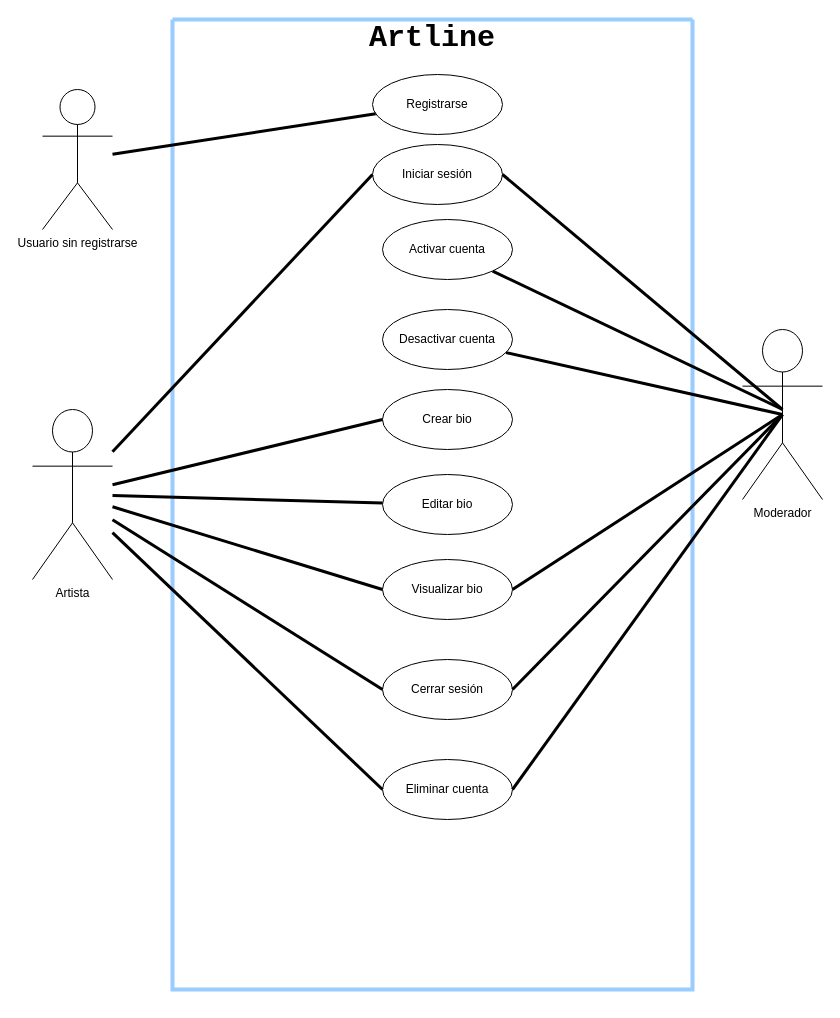
This is Casos_de_Uso.drawio from luismtapia/Artline-API, a draw.io file, before an edit. Source tidied: cells renumbered, new cells numbered last; positions are measured from the earlier drawing's top-left corner, leaving out a move shared by most shapes. Both pictures are drawn from the tidied source at 100%, with x=0, y=0 at pixel (32, 19).
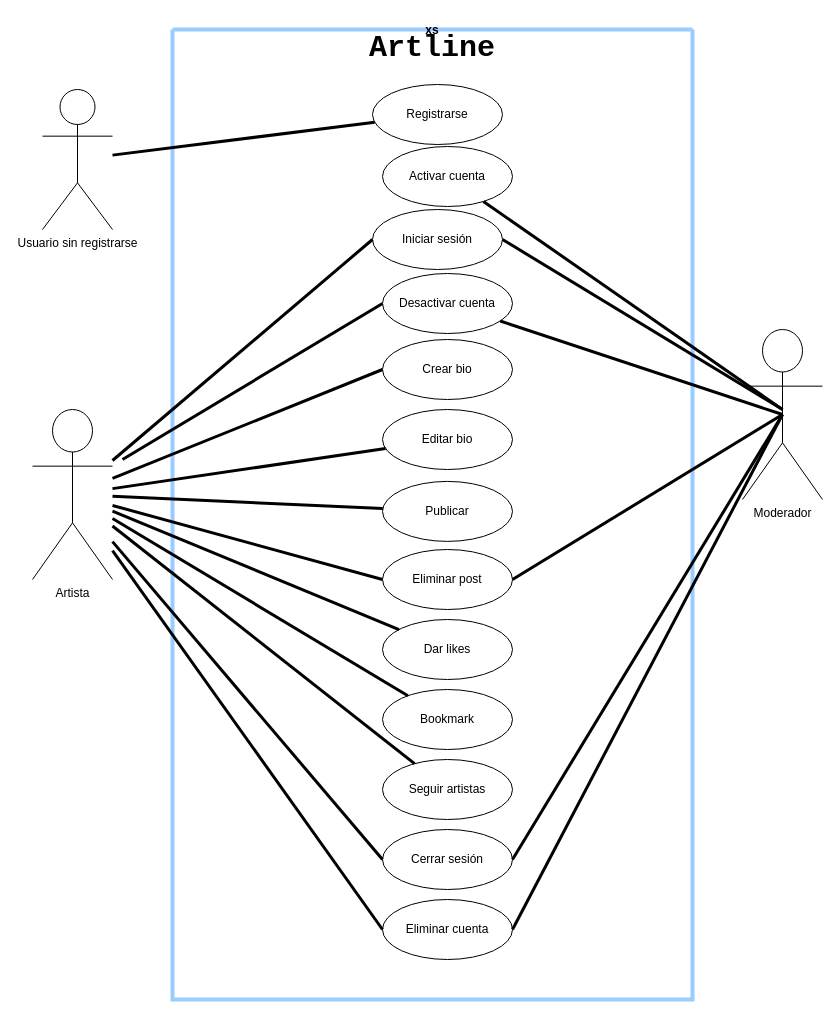
The same diagram, later.

The change refers to these unchanged cells:
```xml
<mxCell id="2" value="Artista" style="shape=umlActor;verticalLabelPosition=bottom;verticalAlign=top;html=1;outlineConnect=0;" parent="1" vertex="1">
  <mxGeometry y="390" width="80" height="170" as="geometry" />
</mxCell>
```

Diff of the diagram source:
```diff
@@
-    <mxCell id="3" style="swimlane;startSize=0;strokeWidth=4;fillColor=#99FFFF;strokeColor=#99CCFF;" parent="1" vertex="1">
-      <mxGeometry x="140" width="520" height="970" as="geometry" />
+    <mxCell id="3" value="xs" style="swimlane;startSize=0;strokeWidth=4;fillColor=#99FFFF;strokeColor=#99CCFF;" parent="1" vertex="1">
+      <mxGeometry x="140" y="10" width="520" height="970" as="geometry" />
     </mxCell>
@@
     <mxCell id="5" value="Iniciar sesión" style="ellipse;whiteSpace=wrap;html=1;" parent="3" vertex="1">
-      <mxGeometry x="200" y="125" width="130" height="60" as="geometry" />
+      <mxGeometry x="200" y="180" width="130" height="60" as="geometry" />
     </mxCell>
     <mxCell id="6" value="Editar bio" style="ellipse;whiteSpace=wrap;html=1;" parent="3" vertex="1">
-      <mxGeometry x="210" y="455" width="130" height="60" as="geometry" />
+      <mxGeometry x="210" y="380" width="130" height="60" as="geometry" />
     </mxCell>
     <mxCell id="7" value="Cerrar sesión" style="ellipse;whiteSpace=wrap;html=1;" parent="3" vertex="1">
-      <mxGeometry x="210" y="640" width="130" height="60" as="geometry" />
+      <mxGeometry x="210" y="800" width="130" height="60" as="geometry" />
     </mxCell>
-    <mxCell id="8" value="Eliminar cuenta" style="ellipse;whiteSpace=wrap;html=1;" parent="3" vertex="1">
-      <mxGeometry x="210" y="740" width="130" height="60" as="geometry" />
-    </mxCell>
-    <mxCell id="9" value="Visualizar bio" style="ellipse;whiteSpace=wrap;html=1;" parent="3" vertex="1">
-      <mxGeometry x="210" y="540" width="130" height="60" as="geometry" />
+    <mxCell id="9" value="Eliminar post" style="ellipse;whiteSpace=wrap;html=1;" parent="3" vertex="1">
+      <mxGeometry x="210" y="520" width="130" height="60" as="geometry" />
     </mxCell>
     <mxCell id="10" value="Activar cuenta" style="ellipse;whiteSpace=wrap;html=1;" parent="3" vertex="1">
-      <mxGeometry x="210" y="200" width="130" height="60" as="geometry" />
+      <mxGeometry x="210" y="117" width="130" height="60" as="geometry" />
     </mxCell>
     <mxCell id="11" value="Desactivar cuenta" style="ellipse;whiteSpace=wrap;html=1;" parent="3" vertex="1">
-      <mxGeometry x="210" y="290" width="130" height="60" as="geometry" />
+      <mxGeometry x="210" y="244" width="130" height="60" as="geometry" />
     </mxCell>
     <mxCell id="12" value="Crear bio" style="ellipse;whiteSpace=wrap;html=1;" parent="3" vertex="1">
-      <mxGeometry x="210" y="370" width="130" height="60" as="geometry" />
+      <mxGeometry x="210" y="310" width="130" height="60" as="geometry" />
     </mxCell>
@@
+    <mxCell id="29" value="Publicar" style="ellipse;whiteSpace=wrap;html=1;" parent="3" vertex="1">
+      <mxGeometry x="210" y="451.9" width="130" height="60" as="geometry" />
+    </mxCell>
+    <mxCell id="30" value="Dar likes" style="ellipse;whiteSpace=wrap;html=1;" parent="3" vertex="1">
+      <mxGeometry x="210" y="590" width="130" height="60" as="geometry" />
+    </mxCell>
+    <mxCell id="31" value="Bookmark" style="ellipse;whiteSpace=wrap;html=1;" parent="3" vertex="1">
+      <mxGeometry x="210" y="660" width="130" height="60" as="geometry" />
+    </mxCell>
+    <mxCell id="32" value="Seguir artistas" style="ellipse;whiteSpace=wrap;html=1;" parent="3" vertex="1">
+      <mxGeometry x="210" y="730" width="130" height="60" as="geometry" />
+    </mxCell>
+    <mxCell id="8" value="Eliminar cuenta" style="ellipse;whiteSpace=wrap;html=1;" parent="3" vertex="1">
+      <mxGeometry x="210" y="870" width="130" height="60" as="geometry" />
+    </mxCell>
@@
+    <mxCell id="33" style="rounded=0;jettySize=auto;html=1;exitX=0;exitY=0.5;exitDx=0;exitDy=0;endArrow=none;endFill=0;strokeWidth=3;" parent="1" edge="1" source="11">
+      <mxGeometry relative="1" as="geometry">
+        <mxPoint x="90" y="440" as="targetPoint" />
+      </mxGeometry>
+    </mxCell>
+    <mxCell id="34" style="rounded=0;jettySize=auto;html=1;endArrow=none;endFill=0;strokeWidth=3;" parent="1" edge="1" source="29" target="2">
+      <mxGeometry relative="1" as="geometry" />
+    </mxCell>
+    <mxCell id="35" style="rounded=0;jettySize=auto;html=1;endArrow=none;endFill=0;strokeWidth=3;" parent="1" edge="1" source="30" target="2">
+      <mxGeometry relative="1" as="geometry" />
+    </mxCell>
+    <mxCell id="36" style="rounded=0;jettySize=auto;html=1;endArrow=none;endFill=0;strokeWidth=3;" parent="1" edge="1" source="31" target="2">
+      <mxGeometry relative="1" as="geometry" />
+    </mxCell>
+    <mxCell id="37" style="rounded=0;jettySize=auto;html=1;endArrow=none;endFill=0;strokeWidth=3;" parent="1" edge="1" source="32" target="2">
+      <mxGeometry relative="1" as="geometry" />
+    </mxCell>
```
